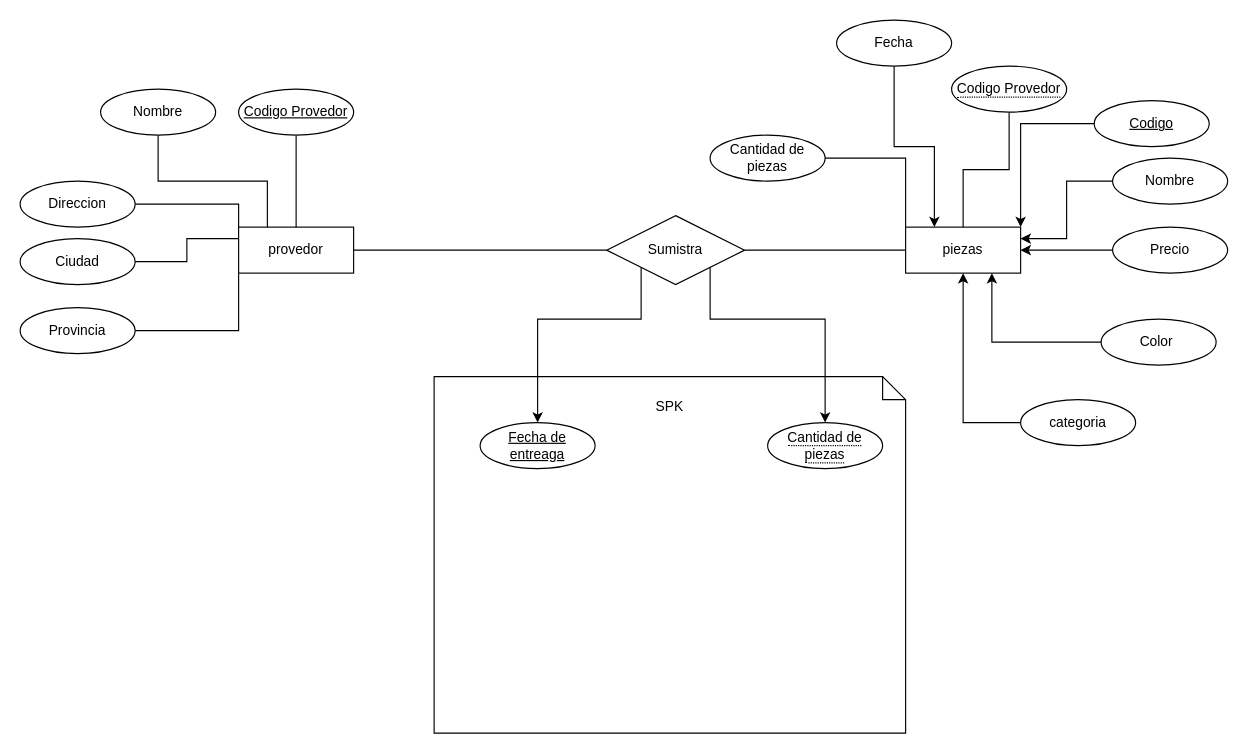
IsaiEDC/ACTs-moodels keeps this draw.io diagram as Proyectofinal.drawio. Above is the earlier version. Source tidied: cells renumbered, new cells numbered last; positions are measured from the earlier drawing's top-left corner, leaving out a move shared by most shapes. Both pictures are drawn from the tidied source at 115%, with x=0, y=0 at pixel (20, 20).
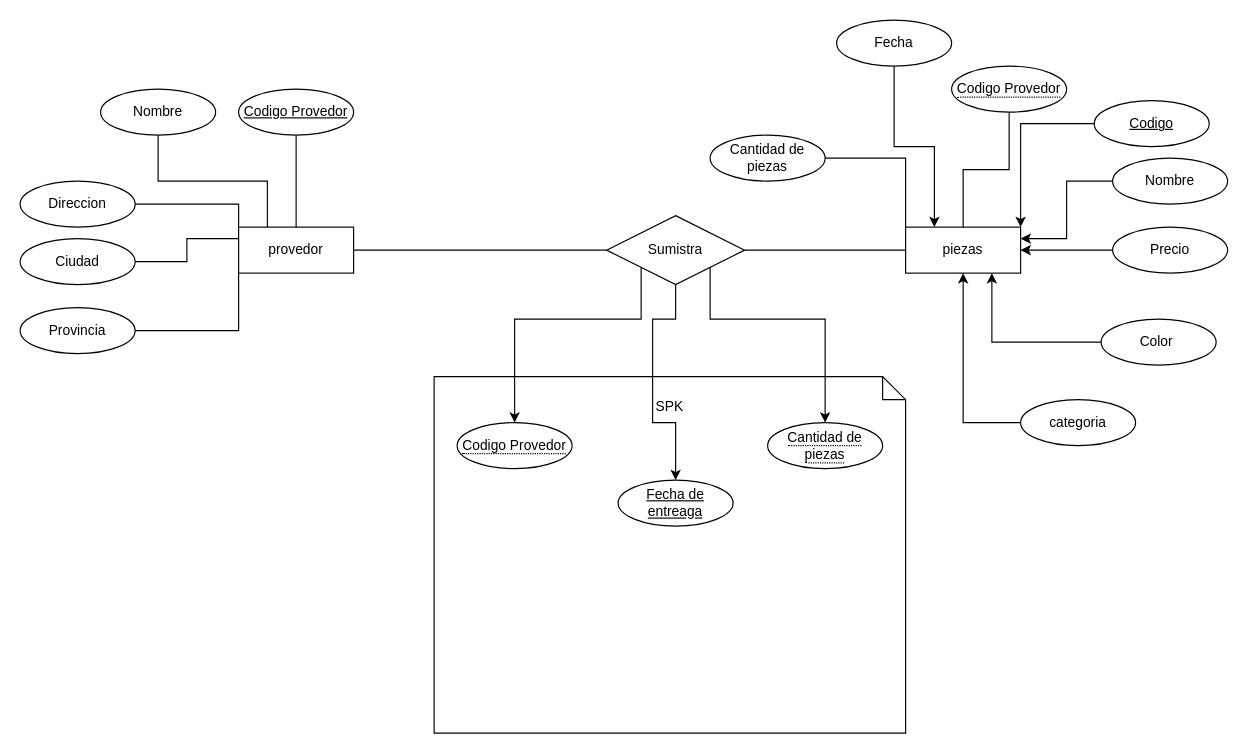
The same diagram, later.

The change refers to these unchanged cells:
```xml
<mxCell id="19" value="Sumistra" style="shape=rhombus;perimeter=rhombusPerimeter;whiteSpace=wrap;html=1;align=center;" parent="1" vertex="1">
  <mxGeometry x="510" y="170" width="120" height="60" as="geometry" />
</mxCell>
```

What changed in the source:
```diff
@@
-    <mxCell id="17" style="edgeStyle=orthogonalEdgeStyle;rounded=0;jettySize=auto;html=1;exitX=0;exitY=1;exitDx=0;exitDy=0;entryX=0.5;entryY=0;entryDx=0;entryDy=0;" parent="1" edge="1" source="19" target="26">
+    <mxCell id="17" style="edgeStyle=orthogonalEdgeStyle;rounded=0;jettySize=auto;html=1;exitX=0.5;exitY=1;exitDx=0;exitDy=0;entryX=0.5;entryY=0;entryDx=0;entryDy=0;" parent="1" edge="1" source="19" target="26">
       <mxGeometry relative="1" as="geometry">
         <Array as="points">
-          <mxPoint x="540" y="260" />
-          <mxPoint x="450" y="260" />
+          <mxPoint x="570" y="260" />
+          <mxPoint x="550" y="260" />
+          <mxPoint x="550" y="350" />
+          <mxPoint x="570" y="350" />
         </Array>
       </mxGeometry>
     </mxCell>
@@
+    <mxCell id="38" style="edgeStyle=orthogonalEdgeStyle;rounded=0;jettySize=auto;html=1;exitX=0;exitY=1;exitDx=0;exitDy=0;entryX=0.5;entryY=0;entryDx=0;entryDy=0;" parent="1" edge="1" source="19" target="39">
+      <mxGeometry relative="1" as="geometry">
+        <Array as="points">
+          <mxPoint x="540" y="260" />
+          <mxPoint x="430" y="260" />
+        </Array>
+      </mxGeometry>
+    </mxCell>
@@
     <mxCell id="26" value="Fecha de entreaga" style="ellipse;whiteSpace=wrap;html=1;align=center;fontStyle=4;" parent="1" vertex="1">
-      <mxGeometry x="400" y="350" width="100" height="40" as="geometry" />
+      <mxGeometry x="520" y="400" width="100" height="40" as="geometry" />
     </mxCell>
@@
+    <mxCell id="39" value="&lt;span style=&quot;border-bottom: 1px dotted&quot;&gt;Codigo Provedor&lt;/span&gt;" style="ellipse;whiteSpace=wrap;html=1;align=center;" parent="1" vertex="1">
+      <mxGeometry x="380" y="350" width="100" height="40" as="geometry" />
+    </mxCell>
```
